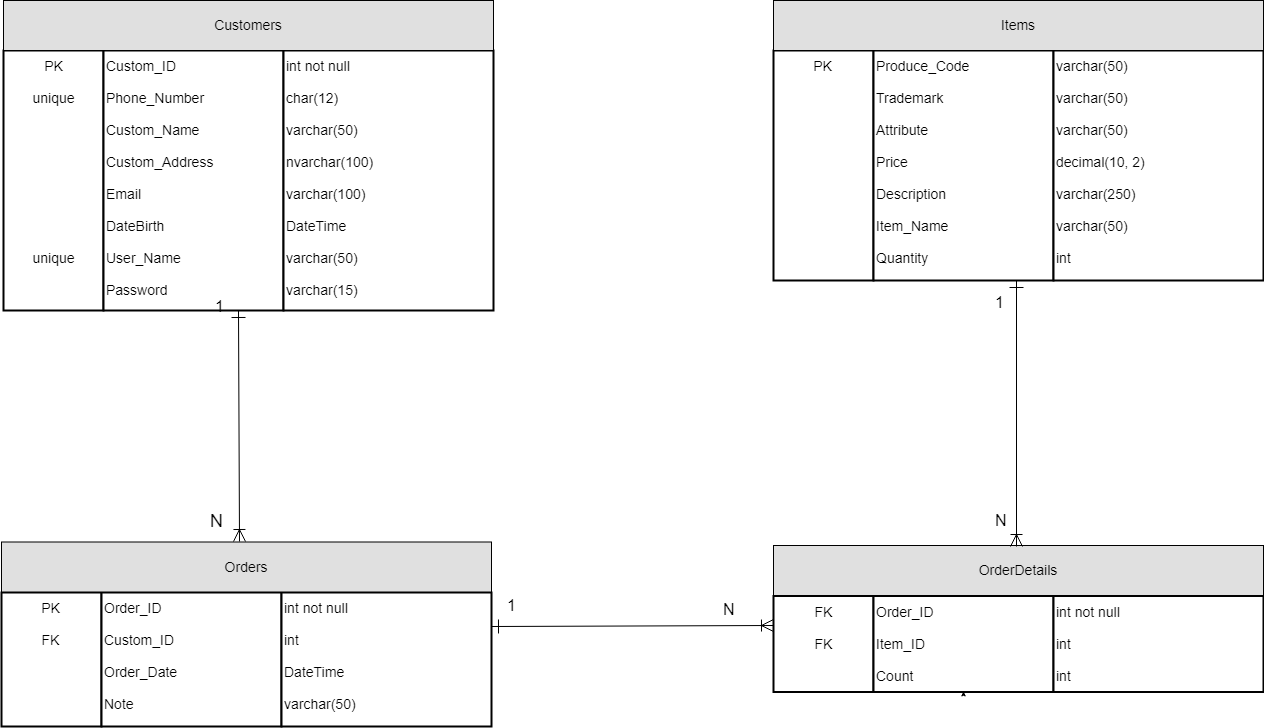
Above: Document/Database.png in LinhNguyennnn/Shop_HeadPhone_G03 (draw.io), before the change. Source tidied: cells renumbered, new cells last; positions are measured from the earlier drawing's top-left corner, leaving out a move shared by most shapes.
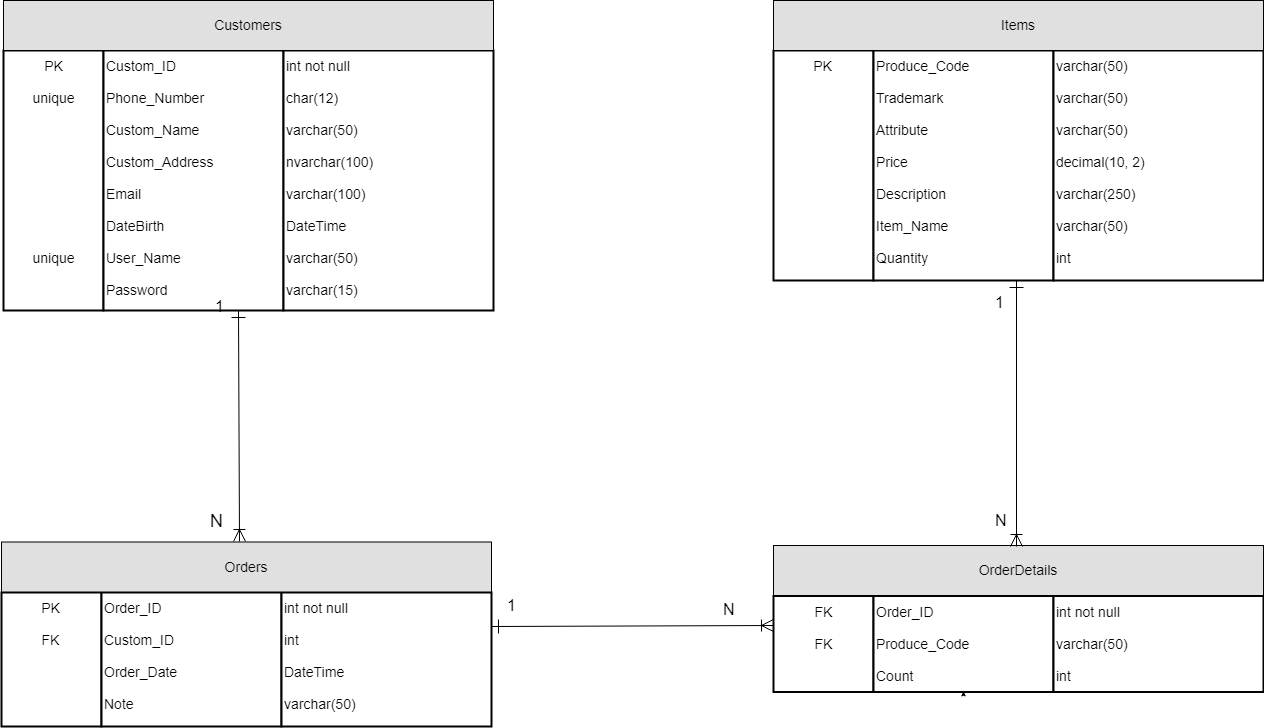
Later version of the same file.

What changed in the source:
```diff
@@ -41,10 +41,10 @@
     <mxCell id="14" value="FK&lt;br&gt;&lt;br&gt;FK&lt;br&gt;" style="strokeWidth=2;whiteSpace=wrap;html=1;align=center;fontSize=14;verticalAlign=top;" parent="1" vertex="1">
       <mxGeometry x="772" y="595.5" width="100" height="96" as="geometry" />
     </mxCell>
-    <mxCell id="15" value="Order_ID&lt;br&gt;&lt;br&gt;Item_ID&lt;br&gt;&lt;br&gt;Count&lt;br&gt;" style="strokeWidth=2;whiteSpace=wrap;html=1;align=left;fontSize=14;verticalAlign=top;" parent="1" vertex="1">
+    <mxCell id="15" value="Order_ID&lt;br&gt;&lt;br&gt;Produce_Code&lt;br&gt;&lt;br&gt;Count&lt;br&gt;" style="strokeWidth=2;whiteSpace=wrap;html=1;align=left;fontSize=14;verticalAlign=top;" parent="1" vertex="1">
       <mxGeometry x="872" y="595.5" width="180" height="96" as="geometry" />
     </mxCell>
-    <mxCell id="16" value="int not null&lt;br&gt;&lt;br&gt;int&lt;br&gt;&lt;br&gt;int&lt;br&gt;&lt;br&gt;&lt;br&gt;" style="strokeWidth=2;whiteSpace=wrap;html=1;align=left;fontSize=14;verticalAlign=top;" parent="1" vertex="1">
+    <mxCell id="16" value="int not null&lt;br&gt;&lt;br&gt;varchar(50)&lt;br&gt;&lt;br&gt;int&lt;br&gt;&lt;br&gt;&lt;br&gt;" style="strokeWidth=2;whiteSpace=wrap;html=1;align=left;fontSize=14;verticalAlign=top;" parent="1" vertex="1">
       <mxGeometry x="1052" y="595.5" width="210" height="96" as="geometry" />
     </mxCell>
     <mxCell id="17" value="OrderDetails" style="text;align=center;verticalAlign=middle;spacingLeft=4;spacingRight=4;strokeColor=#000000;fillColor=#e0e0e0;points=[[0,0.5],[1,0.5]];portConstraint=eastwest;fontSize=14;" parent="1" vertex="1">
```
